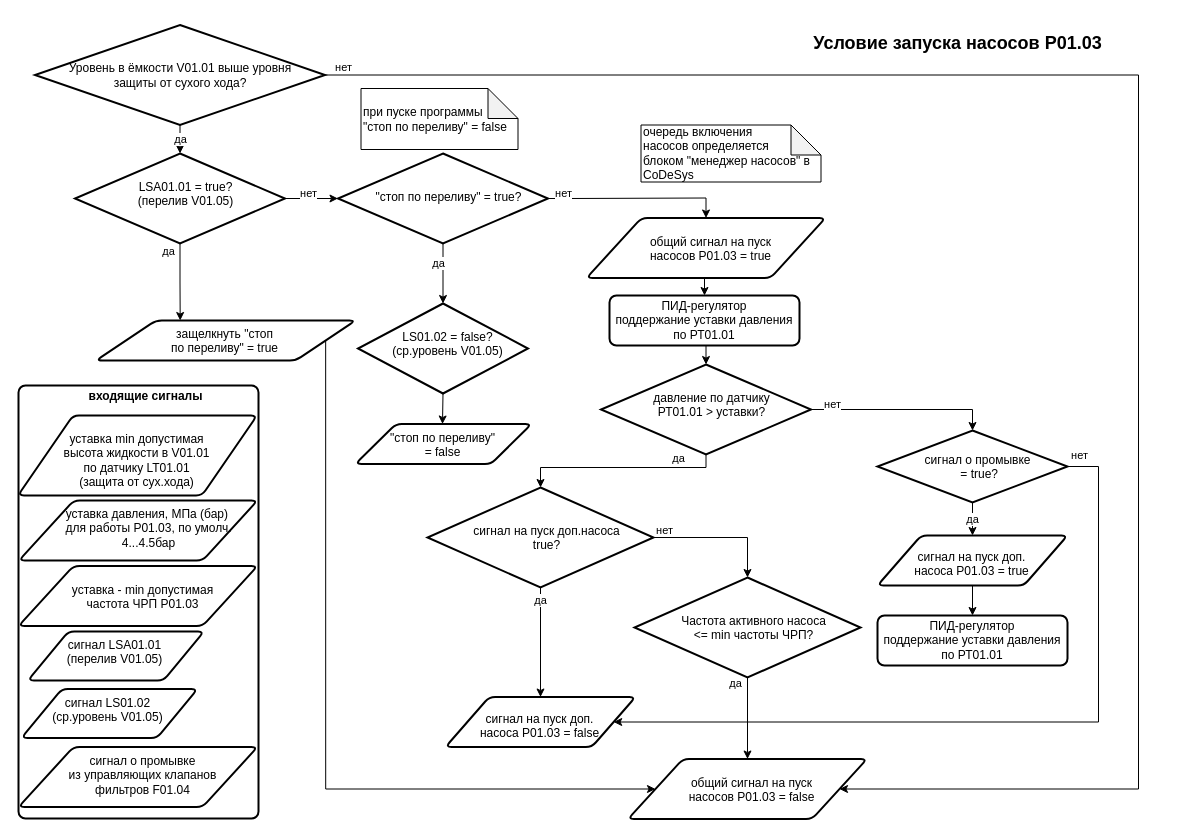
Earlier version of the draw.io diagram page "Условие запуска насосов Р01.03" (3 of 3) of CoDeSys/v2.3/owen/PLC160M02/VOS_Vorkuta/общий АСУ 1/ASU_1.drawio (otporuchik/PLC). Source tidied: cells renumbered, new cells numbered last; positions are measured from the earlier drawing's top-left corner, leaving out a move shared by most shapes. Both pictures are drawn from the tidied source at 100%, with x=0, y=0 at pixel (18, 17).
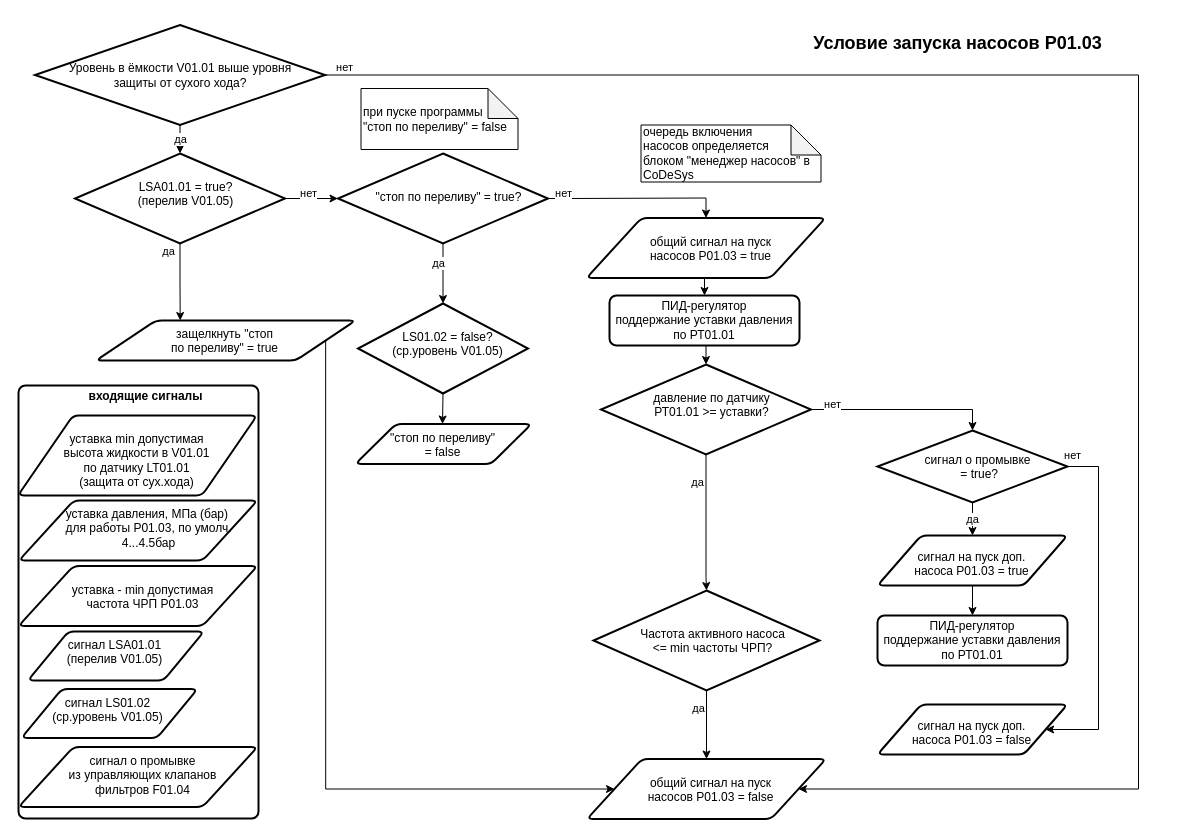
The same page after the edit.

The change refers to these unchanged cells:
```xml
<mxCell id="3" style="group;" parent="1" vertex="1">
  <mxGeometry x="582.5" y="347" width="210" height="90" as="geometry" />
</mxCell>
<mxCell id="4" style="strokeWidth=2;html=1;shape=mxgraph.flowchart.decision;whiteSpace=wrap;" parent="3" vertex="1">
  <mxGeometry width="210" height="90" as="geometry" />
</mxCell>
<mxCell id="8" style="verticalLabelPosition=bottom;verticalAlign=top;html=1;strokeWidth=2;shape=parallelogram;perimeter=parallelogramPerimeter;whiteSpace=wrap;rounded=1;arcSize=12;size=0.23;" parent="7" vertex="1">
  <mxGeometry width="239" height="60" as="geometry" />
</mxCell>
<mxCell id="13" style="strokeWidth=2;html=1;shape=mxgraph.flowchart.decision;whiteSpace=wrap;" parent="12" vertex="1">
  <mxGeometry width="226" height="100" as="geometry" />
</mxCell>
<mxCell id="23" style="strokeWidth=2;html=1;shape=mxgraph.flowchart.decision;whiteSpace=wrap;" parent="22" vertex="1">
  <mxGeometry width="190" height="72" as="geometry" />
</mxCell>
<mxCell id="34" style="verticalLabelPosition=bottom;verticalAlign=top;html=1;strokeWidth=2;shape=parallelogram;perimeter=parallelogramPerimeter;whiteSpace=wrap;rounded=1;arcSize=12;size=0.23;" parent="33" vertex="1">
  <mxGeometry width="190" height="50" as="geometry" />
</mxCell>
```

Change to the diagram source:
```diff
@@
-    <mxCell id="5" value="давление по датчику&lt;br&gt;РТ01.01 &amp;gt; уставки?" style="text;html=1;align=center;" parent="3" vertex="1">
+    <mxCell id="5" value="давление по датчику&lt;br&gt;РТ01.01 &amp;gt;= уставки?" style="text;html=1;align=center;" parent="3" vertex="1">
       <mxGeometry x="40" y="20" width="140" height="40" as="geometry" />
     </mxCell>
@@
     <mxCell id="7" style="group;" parent="1" vertex="1">
-      <mxGeometry x="609.5" y="741.5" width="239" height="60" as="geometry" />
+      <mxGeometry x="568.5" y="741.5" width="239" height="60" as="geometry" />
     </mxCell>
@@
     <mxCell id="12" style="group;" parent="1" vertex="1">
-      <mxGeometry x="616" y="560" width="226" height="100" as="geometry" />
+      <mxGeometry x="575" y="573" width="226" height="100" as="geometry" />
     </mxCell>
@@
     <mxCell id="18" value="да" style="edgeStyle=orthogonalEdgeStyle;rounded=0;jettySize=auto;html=1;entryX=0.5;entryY=0;entryDx=0;entryDy=0;" parent="1" edge="1" source="13" target="8">
-      <mxGeometry y="-37" relative="1" as="geometry">
-        <mxPoint x="25" y="-35" as="offset" />
-      </mxGeometry>
+      <mxGeometry x="-0.48" y="-8" relative="1" as="geometry" />
     </mxCell>
@@
-    <mxCell id="30" style="group;" parent="1" vertex="1">
-      <mxGeometry x="409" y="470" width="226" height="100" as="geometry" />
-    </mxCell>
-    <mxCell id="31" style="strokeWidth=2;html=1;shape=mxgraph.flowchart.decision;whiteSpace=wrap;" parent="30" vertex="1">
-      <mxGeometry width="226" height="100" as="geometry" />
-    </mxCell>
-    <mxCell id="32" value="сигнал на пуск доп.насоса&lt;br&gt;true?" style="text;html=1;align=center;" parent="30" vertex="1">
-      <mxGeometry x="43" y="30" width="151" height="40" as="geometry" />
-    </mxCell>
     <mxCell id="33" style="group;" parent="1" vertex="1">
-      <mxGeometry x="427" y="679.5" width="190" height="50" as="geometry" />
+      <mxGeometry x="859" y="687" width="190" height="50" as="geometry" />
     </mxCell>
@@
-    <mxCell id="36" value="да" style="edgeStyle=orthogonalEdgeStyle;rounded=0;jettySize=auto;html=1;exitX=0.5;exitY=1;exitDx=0;exitDy=0;exitPerimeter=0;entryX=0.5;entryY=0;entryDx=0;entryDy=0;" parent="1" edge="1" source="31" target="34">
-      <mxGeometry x="-0.77" relative="1" as="geometry" />
-    </mxCell>
     <mxCell id="37" value="нет" style="edgeStyle=orthogonalEdgeStyle;rounded=0;jettySize=auto;html=1;exitX=1;exitY=0.5;exitDx=0;exitDy=0;exitPerimeter=0;entryX=1;entryY=0.5;entryDx=0;entryDy=0;" parent="1" edge="1" source="23" target="34">
       <mxGeometry x="-0.97" y="11" relative="1" as="geometry">
         <Array as="points">
           <mxPoint x="1080" y="449" />
-          <mxPoint x="1080" y="705" />
+          <mxPoint x="1080" y="712" />
         </Array>
       </mxGeometry>
     </mxCell>
-    <mxCell id="38" value="нет" style="edgeStyle=orthogonalEdgeStyle;rounded=0;jettySize=auto;html=1;exitX=1;exitY=0.5;exitDx=0;exitDy=0;exitPerimeter=0;entryX=0.5;entryY=0;entryDx=0;entryDy=0;entryPerimeter=0;" parent="1" edge="1" source="31" target="13">
-      <mxGeometry x="-0.84" y="7" relative="1" as="geometry" />
-    </mxCell>
@@
-    <mxCell id="61" value="да" style="edgeStyle=orthogonalEdgeStyle;rounded=0;jettySize=auto;html=1;exitX=0.5;exitY=1;exitDx=0;exitDy=0;exitPerimeter=0;entryX=0.5;entryY=0;entryDx=0;entryDy=0;entryPerimeter=0;" parent="1" edge="1" source="4" target="31">
+    <mxCell id="61" value="да" style="edgeStyle=orthogonalEdgeStyle;rounded=0;jettySize=auto;html=1;exitX=0.5;exitY=1;exitDx=0;exitDy=0;exitPerimeter=0;entryX=0.5;entryY=0;entryDx=0;entryDy=0;entryPerimeter=0;" parent="1" edge="1" source="4" target="13">
       <mxGeometry x="-0.59" y="-9" relative="1" as="geometry">
         <Array as="points">
-          <mxPoint x="688" y="450" />
-          <mxPoint x="522" y="450" />
+          <mxPoint x="688" y="560" />
         </Array>
       </mxGeometry>
     </mxCell>
```
